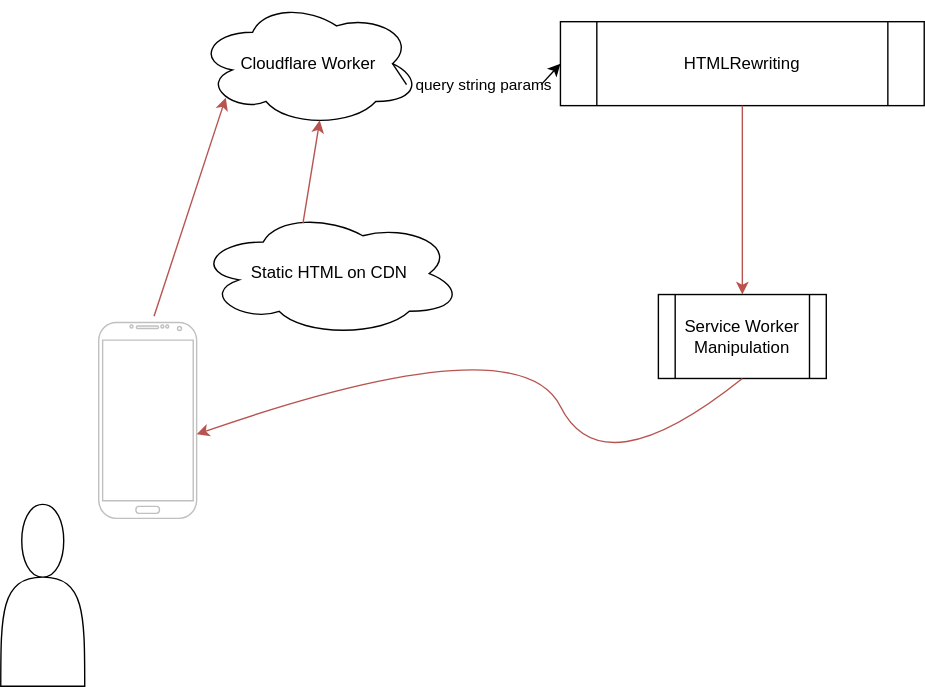
Above: xodus.svg in bahrus/xodus (draw.io), before the change. Source tidied: cells renumbered, new cells last; positions are measured from the earlier drawing's top-left corner, leaving out a move shared by most shapes.
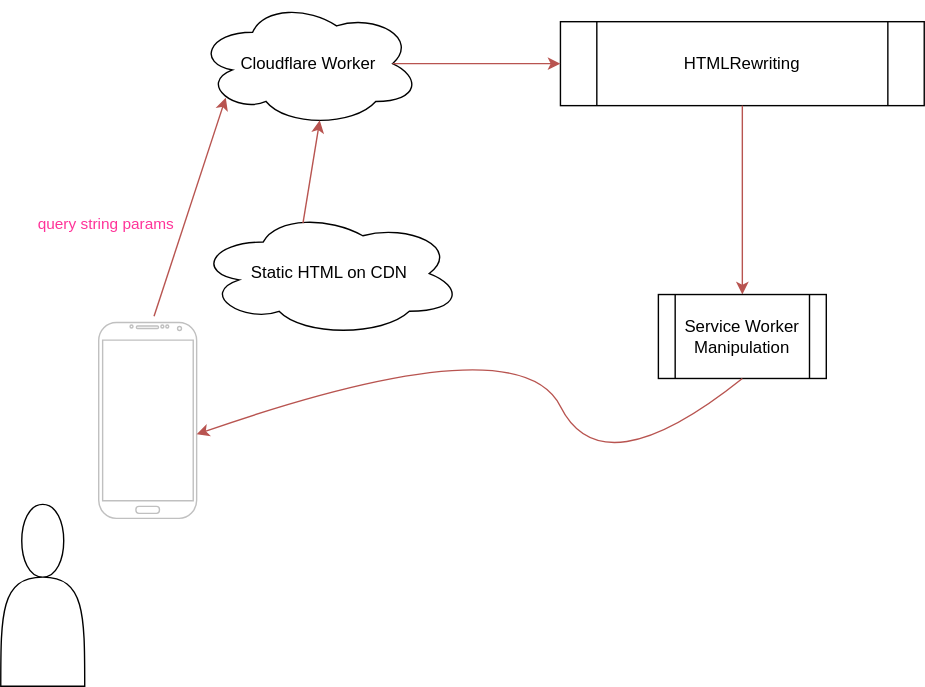
Later version of the same file.

The edit, as a diff of the source:
```diff
@@ -20,9 +20,6 @@
     <mxCell id="7" value="HTMLRewriting" style="shape=process;whiteSpace=wrap;html=1;backgroundOutline=1;" parent="1" vertex="1">
       <mxGeometry x="400" y="15" width="260" height="60" as="geometry" />
     </mxCell>
-    <mxCell id="8" style="endArrow=classic;html=1;rounded=0;exitX=0.875;exitY=0.5;exitDx=0;exitDy=0;exitPerimeter=0;entryX=0;entryY=0.5;entryDx=0;entryDy=0;startArrow=none;" parent="1" edge="1" source="12" target="7">
-      <mxGeometry relative="1" as="geometry" />
-    </mxCell>
     <mxCell id="9" style="endArrow=classic;html=1;rounded=0;exitX=0.5;exitY=1;exitDx=0;exitDy=0;fillColor=#f8cecc;strokeColor=#b85450;" parent="1" edge="1" source="7" target="10">
       <mxGeometry relative="1" as="geometry" />
     </mxCell>
@@ -32,12 +29,9 @@
     <mxCell id="11" style="verticalLabelPosition=bottom;verticalAlign=top;html=1;shadow=0;dashed=0;strokeWidth=1;shape=mxgraph.android.phone2;strokeColor=#c0c0c0;" parent="1" vertex="1">
       <mxGeometry x="70" y="230" width="70" height="140" as="geometry" />
     </mxCell>
-    <mxCell id="12" value="&lt;font style=&quot;font-size: 11px&quot;&gt;query string params&lt;/font&gt;" style="text;html=1;align=center;verticalAlign=middle;points=[];strokeColor=none;fillColor=none;" parent="1" vertex="1">
-      <mxGeometry x="290" y="50" width="110" height="20" as="geometry" />
+    <mxCell id="12" value="&lt;font style=&quot;font-size: 11px&quot; color=&quot;#ff3399&quot;&gt;query string params&lt;/font&gt;" style="text;html=1;align=center;verticalAlign=middle;points=[];strokeColor=none;fillColor=none;" parent="1" vertex="1">
+      <mxGeometry x="20" y="150" width="110" height="20" as="geometry" />
     </mxCell>
-    <mxCell id="13" style="endArrow=none;html=1;rounded=0;exitX=0.875;exitY=0.5;exitDx=0;exitDy=0;exitPerimeter=0;entryX=0;entryY=0.5;entryDx=0;entryDy=0;" parent="1" edge="1" source="2" target="12">
-      <mxGeometry relative="1" as="geometry" />
-    </mxCell>
     <mxCell id="14" style="curved=1;endArrow=classic;html=1;rounded=0;fontSize=11;exitX=0.5;exitY=1;exitDx=0;exitDy=0;entryX=1;entryY=0.571;entryDx=0;entryDy=0;entryPerimeter=0;fillColor=#f8cecc;strokeColor=#b85450;" parent="1" edge="1" source="10" target="11">
       <mxGeometry relative="1" as="geometry">
         <Array as="points">
@@ -46,5 +40,8 @@
         </Array>
       </mxGeometry>
     </mxCell>
+    <mxCell id="15" style="endArrow=classic;html=1;rounded=0;fontSize=11;fontColor=#FF3399;strokeColor=#B85450;exitX=0.875;exitY=0.5;exitDx=0;exitDy=0;exitPerimeter=0;entryX=0;entryY=0.5;entryDx=0;entryDy=0;" parent="1" edge="1" source="2" target="7">
+      <mxGeometry relative="1" as="geometry" />
+    </mxCell>
   </root>
 </mxGraphModel>
```
